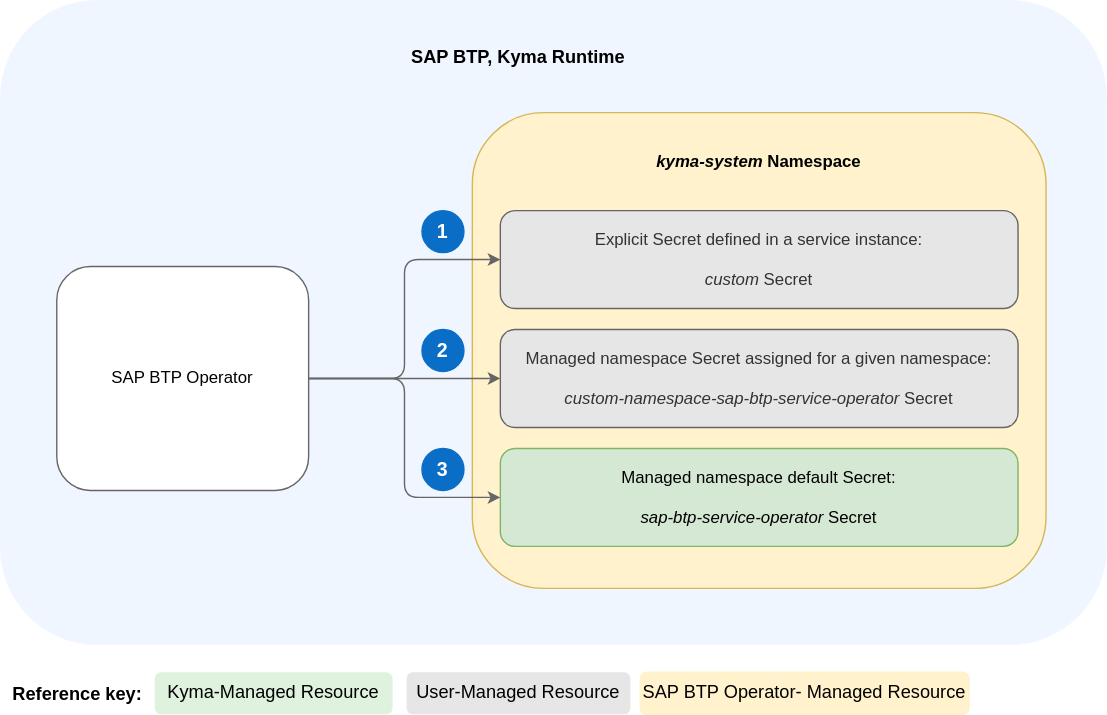
The draw.io diagram docs/assets/secrets_precedence_4.drawio.svg in kyma-project/btp-manager, before a commit. Source tidied: cells renumbered, new cells last; positions are measured from the earlier drawing's top-left corner, leaving out a move shared by most shapes. Its diagram source:
```xml
<mxGraphModel background="#ffffff">
  <root>
    <mxCell id="0" />
    <mxCell id="1" parent="0" />
    <mxCell id="2" style="rounded=1;whiteSpace=wrap;html=1;fillColor=#f0f6ff;strokeColor=#f0f6ff;" parent="1" vertex="1">
      <mxGeometry width="790" height="460" as="geometry" />
    </mxCell>
    <mxCell id="3" style="rounded=1;whiteSpace=wrap;html=1;fillColor=#fff2cc;strokeColor=#d6b656;" parent="1" vertex="1">
      <mxGeometry x="337" y="80" width="410" height="340" as="geometry" />
    </mxCell>
    <mxCell id="4" style="rounded=1;whiteSpace=wrap;html=1;strokeColor=#666666;fillColor=#e6e6e6;" parent="1" vertex="1">
      <mxGeometry x="357" y="150" width="370" height="70" as="geometry" />
    </mxCell>
    <mxCell id="5" style="rounded=1;whiteSpace=wrap;html=1;strokeColor=#82b366;fillColor=#d5e8d4;" parent="1" vertex="1">
      <mxGeometry x="357" y="320" width="370" height="70" as="geometry" />
    </mxCell>
    <mxCell id="6" style="rounded=1;whiteSpace=wrap;html=1;strokeColor=#666666;fillColor=#e6e6e6;" parent="1" vertex="1">
      <mxGeometry x="357" y="235" width="370" height="70" as="geometry" />
    </mxCell>
    <mxCell id="7" style="edgeStyle=orthogonalEdgeStyle;rounded=1;jettySize=auto;html=1;entryX=0;entryY=0.5;entryDx=0;entryDy=0;strokeColor=#666666;curved=0;" parent="1" edge="1" source="10" target="4">
      <mxGeometry relative="1" as="geometry" />
    </mxCell>
    <mxCell id="8" style="edgeStyle=orthogonalEdgeStyle;rounded=1;jettySize=auto;html=1;entryX=0;entryY=0.5;entryDx=0;entryDy=0;strokeColor=#666666;curved=0;" parent="1" edge="1" source="10" target="6">
      <mxGeometry relative="1" as="geometry" />
    </mxCell>
    <mxCell id="9" style="edgeStyle=orthogonalEdgeStyle;rounded=1;jettySize=auto;html=1;entryX=0;entryY=0.5;entryDx=0;entryDy=0;strokeColor=#666666;curved=0;" parent="1" edge="1" source="10" target="5">
      <mxGeometry relative="1" as="geometry" />
    </mxCell>
    <mxCell id="10" style="rounded=1;whiteSpace=wrap;html=1;strokeColor=#666666;" parent="1" vertex="1">
      <mxGeometry x="40" y="190" width="180" height="160" as="geometry" />
    </mxCell>
    <mxCell id="11" value="&lt;font style=&quot;font-size: 12px;&quot;&gt;SAP BTP Operator&lt;/font&gt;" style="text;html=1;align=center;verticalAlign=middle;whiteSpace=wrap;rounded=0;" parent="1" vertex="1">
      <mxGeometry x="70" y="252.5" width="120" height="35" as="geometry" />
    </mxCell>
    <mxCell id="12" value="&lt;font color=&quot;#ffffff&quot; size=&quot;1&quot;&gt;&lt;b style=&quot;font-size: 14px;&quot;&gt;1&lt;/b&gt;&lt;/font&gt;" style="ellipse;whiteSpace=wrap;html=1;fontSize=12;fillColor=#0a6ec7;strokeColor=#0a6ec7;" parent="1" vertex="1">
      <mxGeometry x="301" y="150" width="30" height="30" as="geometry" />
    </mxCell>
    <mxCell id="13" value="&lt;font color=&quot;#ffffff&quot; size=&quot;1&quot;&gt;&lt;b style=&quot;font-size: 14px;&quot;&gt;2&lt;/b&gt;&lt;/font&gt;" style="ellipse;whiteSpace=wrap;html=1;fontSize=12;fillColor=#0a6ec7;strokeColor=#0a6ec7;" parent="1" vertex="1">
      <mxGeometry x="301" y="235" width="30" height="30" as="geometry" />
    </mxCell>
    <mxCell id="14" value="&lt;font color=&quot;#ffffff&quot; size=&quot;1&quot;&gt;&lt;b style=&quot;font-size: 14px;&quot;&gt;3&lt;/b&gt;&lt;/font&gt;" style="ellipse;whiteSpace=wrap;html=1;fontSize=12;fillColor=#0a6ec7;strokeColor=#0a6ec7;" parent="1" vertex="1">
      <mxGeometry x="301" y="320" width="30" height="30" as="geometry" />
    </mxCell>
    <mxCell id="15" value="Explicit Secret defined in a service instance:&lt;div&gt;&lt;br&gt;&lt;/div&gt;&lt;div&gt;&lt;div&gt;&lt;i&gt;custom&lt;/i&gt;&amp;nbsp;Secret&amp;nbsp;&lt;/div&gt;&lt;/div&gt;" style="text;html=1;align=center;verticalAlign=middle;whiteSpace=wrap;rounded=0;fillColor=#e6e6e6;fontColor=#333333;strokeColor=#e6e6e6;" parent="1" vertex="1">
      <mxGeometry x="422" y="160.6" width="240" height="48.8" as="geometry" />
    </mxCell>
    <mxCell id="16" value="&lt;div&gt;Managed namespace Secret assigned for a given namespace:&lt;br&gt;&lt;/div&gt;&lt;div&gt;&lt;br&gt;&lt;/div&gt;&lt;div&gt;&lt;div&gt;&lt;i&gt;custom-namespace-sap-btp-service-operator&lt;/i&gt;&amp;nbsp;Secret&amp;nbsp;&lt;/div&gt;&lt;/div&gt;" style="text;html=1;align=center;verticalAlign=middle;whiteSpace=wrap;rounded=0;fillColor=#e6e6e6;fontColor=#333333;strokeColor=#e6e6e6;" parent="1" vertex="1">
      <mxGeometry x="362" y="237.5" width="360" height="65" as="geometry" />
    </mxCell>
    <mxCell id="17" value="&lt;div&gt;Managed namespace default Secret:&lt;br&gt;&lt;/div&gt;&lt;div&gt;&lt;br&gt;&lt;/div&gt;&lt;div&gt;&lt;i&gt;sap-btp-service-operator&lt;/i&gt;&amp;nbsp;Secret&amp;nbsp;&lt;/div&gt;" style="text;html=1;align=center;verticalAlign=middle;whiteSpace=wrap;rounded=0;" parent="1" vertex="1">
      <mxGeometry x="422" y="329.4" width="240" height="51.2" as="geometry" />
    </mxCell>
    <mxCell id="18" value="&lt;b&gt;&lt;font style=&quot;font-size: 13px;&quot;&gt;SAP BTP, Kyma Runtime&lt;/font&gt;&lt;/b&gt;" style="text;html=1;align=center;verticalAlign=middle;whiteSpace=wrap;rounded=0;" parent="1" vertex="1">
      <mxGeometry x="245" y="20" width="250" height="40" as="geometry" />
    </mxCell>
    <mxCell id="19" value="&lt;b&gt;&lt;i&gt;kyma-system&lt;/i&gt; Namespace&lt;/b&gt;" style="text;html=1;align=center;verticalAlign=middle;whiteSpace=wrap;rounded=0;" parent="1" vertex="1">
      <mxGeometry x="457" y="100" width="169.8" height="30" as="geometry" />
    </mxCell>
    <mxCell id="20" value="&lt;b&gt;&lt;font style=&quot;font-size: 13px;&quot;&gt;Reference key:&amp;nbsp;&lt;/font&gt;&lt;/b&gt;" style="text;html=1;align=center;verticalAlign=middle;whiteSpace=wrap;rounded=0;" parent="1" vertex="1">
      <mxGeometry y="480" width="110" height="30" as="geometry" />
    </mxCell>
    <mxCell id="21" value="&lt;span style=&quot;color: rgb(0, 0, 0); font-family: Helvetica; font-size: 13px; font-style: normal; font-variant-ligatures: normal; font-variant-caps: normal; font-weight: 400; letter-spacing: normal; orphans: 2; text-indent: 0px; text-transform: none; widows: 2; word-spacing: 0px; -webkit-text-stroke-width: 0px; text-decoration-thickness: initial; text-decoration-style: initial; text-decoration-color: initial; float: none; display: inline !important;&quot;&gt;Kyma-Managed Resource&lt;/span&gt;" style="text;whiteSpace=wrap;html=1;strokeColor=none;rounded=1;fillColor=#def2dd;align=center;" parent="1" vertex="1">
      <mxGeometry x="110" y="480" width="170" height="30" as="geometry" />
    </mxCell>
    <mxCell id="22" value="&lt;span style=&quot;color: rgb(0, 0, 0); font-family: Helvetica; font-size: 13px; font-style: normal; font-variant-ligatures: normal; font-variant-caps: normal; font-weight: 400; letter-spacing: normal; orphans: 2; text-indent: 0px; text-transform: none; widows: 2; word-spacing: 0px; -webkit-text-stroke-width: 0px; text-decoration-thickness: initial; text-decoration-style: initial; text-decoration-color: initial; float: none; display: inline !important;&quot;&gt;User-Managed Resource&lt;/span&gt;" style="text;whiteSpace=wrap;html=1;strokeColor=none;rounded=1;fillColor=#e6e6e6;align=center;" parent="1" vertex="1">
      <mxGeometry x="290" y="480" width="160" height="30" as="geometry" />
    </mxCell>
    <mxCell id="23" value="&lt;span style=&quot;font-size: 13px;&quot;&gt;SAP BTP Operator-&lt;/span&gt;&lt;span style=&quot;font-size: 13px;&quot;&gt;Managed&amp;nbsp;&lt;/span&gt;&lt;span style=&quot;font-size: 13px;&quot;&gt;Resource&lt;/span&gt;" style="text;whiteSpace=wrap;html=1;strokeColor=#fff2cc;rounded=1;fillColor=#fff2cc;align=center;" parent="1" vertex="1">
      <mxGeometry x="457" y="480" width="235" height="30" as="geometry" />
    </mxCell>
  </root>
</mxGraphModel>
```
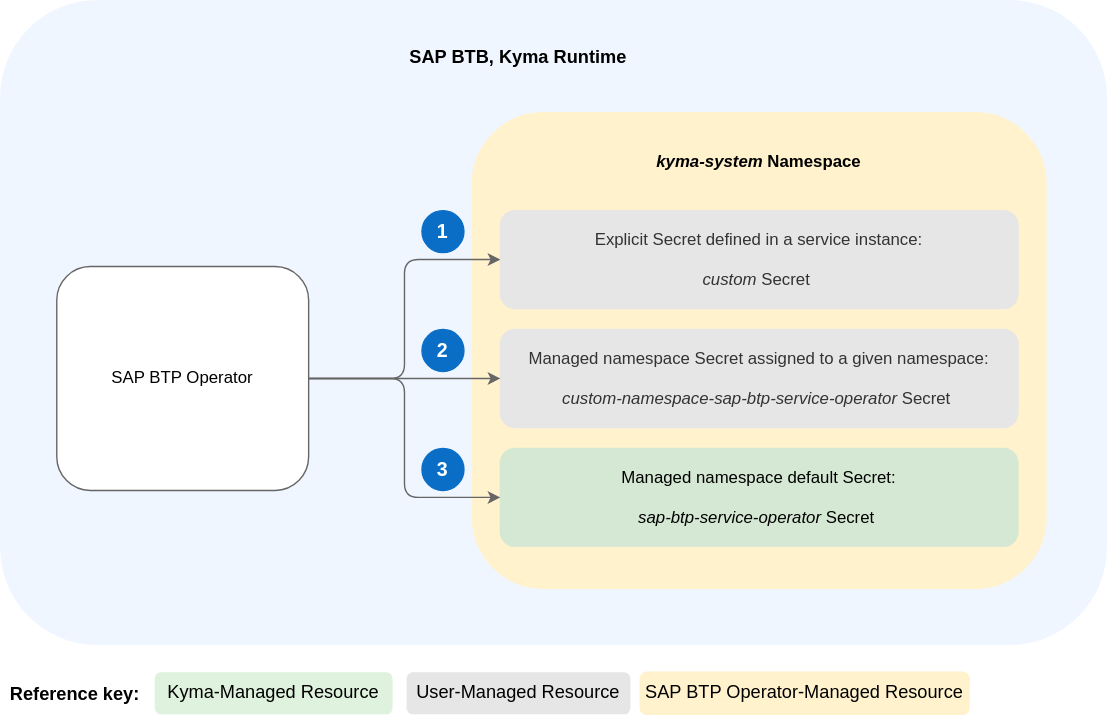
The same file after the commit.

Change to the diagram source:
```diff
@@ -5,16 +5,16 @@
     <mxCell id="2" style="rounded=1;whiteSpace=wrap;html=1;fillColor=#f0f6ff;strokeColor=#f0f6ff;" parent="1" vertex="1">
       <mxGeometry width="790" height="460" as="geometry" />
     </mxCell>
-    <mxCell id="3" style="rounded=1;whiteSpace=wrap;html=1;fillColor=#fff2cc;strokeColor=#d6b656;" parent="1" vertex="1">
+    <mxCell id="3" style="rounded=1;whiteSpace=wrap;html=1;fillColor=#fff2cc;strokeColor=#fff2cc;" parent="1" vertex="1">
       <mxGeometry x="337" y="80" width="410" height="340" as="geometry" />
     </mxCell>
-    <mxCell id="4" style="rounded=1;whiteSpace=wrap;html=1;strokeColor=#666666;fillColor=#e6e6e6;" parent="1" vertex="1">
+    <mxCell id="4" style="rounded=1;whiteSpace=wrap;html=1;strokeColor=#e6e6e6;fillColor=#e6e6e6;" parent="1" vertex="1">
       <mxGeometry x="357" y="150" width="370" height="70" as="geometry" />
     </mxCell>
-    <mxCell id="5" style="rounded=1;whiteSpace=wrap;html=1;strokeColor=#82b366;fillColor=#d5e8d4;" parent="1" vertex="1">
+    <mxCell id="5" style="rounded=1;whiteSpace=wrap;html=1;strokeColor=#d5e8d4;fillColor=#d5e8d4;" parent="1" vertex="1">
       <mxGeometry x="357" y="320" width="370" height="70" as="geometry" />
     </mxCell>
-    <mxCell id="6" style="rounded=1;whiteSpace=wrap;html=1;strokeColor=#666666;fillColor=#e6e6e6;" parent="1" vertex="1">
+    <mxCell id="6" style="rounded=1;whiteSpace=wrap;html=1;strokeColor=#e6e6e6;fillColor=#e6e6e6;" parent="1" vertex="1">
       <mxGeometry x="357" y="235" width="370" height="70" as="geometry" />
     </mxCell>
     <mxCell id="7" style="edgeStyle=orthogonalEdgeStyle;rounded=1;jettySize=auto;html=1;entryX=0;entryY=0.5;entryDx=0;entryDy=0;strokeColor=#666666;curved=0;" parent="1" edge="1" source="10" target="4">
@@ -44,13 +44,13 @@
     <mxCell id="15" value="Explicit Secret defined in a service instance:&lt;div&gt;&lt;br&gt;&lt;/div&gt;&lt;div&gt;&lt;div&gt;&lt;i&gt;custom&lt;/i&gt;&amp;nbsp;Secret&amp;nbsp;&lt;/div&gt;&lt;/div&gt;" style="text;html=1;align=center;verticalAlign=middle;whiteSpace=wrap;rounded=0;fillColor=#e6e6e6;fontColor=#333333;strokeColor=#e6e6e6;" parent="1" vertex="1">
       <mxGeometry x="422" y="160.6" width="240" height="48.8" as="geometry" />
     </mxCell>
-    <mxCell id="16" value="&lt;div&gt;Managed namespace Secret assigned for a given namespace:&lt;br&gt;&lt;/div&gt;&lt;div&gt;&lt;br&gt;&lt;/div&gt;&lt;div&gt;&lt;div&gt;&lt;i&gt;custom-namespace-sap-btp-service-operator&lt;/i&gt;&amp;nbsp;Secret&amp;nbsp;&lt;/div&gt;&lt;/div&gt;" style="text;html=1;align=center;verticalAlign=middle;whiteSpace=wrap;rounded=0;fillColor=#e6e6e6;fontColor=#333333;strokeColor=#e6e6e6;" parent="1" vertex="1">
+    <mxCell id="16" value="&lt;div&gt;Managed namespace Secret assigned to a given namespace:&lt;br&gt;&lt;/div&gt;&lt;div&gt;&lt;br&gt;&lt;/div&gt;&lt;div&gt;&lt;div&gt;&lt;i&gt;custom-namespace-sap-btp-service-operator&lt;/i&gt;&amp;nbsp;Secret&amp;nbsp;&lt;/div&gt;&lt;/div&gt;" style="text;html=1;align=center;verticalAlign=middle;whiteSpace=wrap;rounded=0;fillColor=#e6e6e6;fontColor=#333333;strokeColor=#e6e6e6;" parent="1" vertex="1">
       <mxGeometry x="362" y="237.5" width="360" height="65" as="geometry" />
     </mxCell>
     <mxCell id="17" value="&lt;div&gt;Managed namespace default Secret:&lt;br&gt;&lt;/div&gt;&lt;div&gt;&lt;br&gt;&lt;/div&gt;&lt;div&gt;&lt;i&gt;sap-btp-service-operator&lt;/i&gt;&amp;nbsp;Secret&amp;nbsp;&lt;/div&gt;" style="text;html=1;align=center;verticalAlign=middle;whiteSpace=wrap;rounded=0;" parent="1" vertex="1">
       <mxGeometry x="422" y="329.4" width="240" height="51.2" as="geometry" />
     </mxCell>
-    <mxCell id="18" value="&lt;b&gt;&lt;font style=&quot;font-size: 13px;&quot;&gt;SAP BTP, Kyma Runtime&lt;/font&gt;&lt;/b&gt;" style="text;html=1;align=center;verticalAlign=middle;whiteSpace=wrap;rounded=0;" parent="1" vertex="1">
+    <mxCell id="18" value="&lt;b&gt;&lt;font style=&quot;font-size: 13px;&quot;&gt;SAP BTB, Kyma Runtime&lt;/font&gt;&lt;/b&gt;" style="text;html=1;align=center;verticalAlign=middle;whiteSpace=wrap;rounded=0;" parent="1" vertex="1">
       <mxGeometry x="245" y="20" width="250" height="40" as="geometry" />
     </mxCell>
     <mxCell id="19" value="&lt;b&gt;&lt;i&gt;kyma-system&lt;/i&gt; Namespace&lt;/b&gt;" style="text;html=1;align=center;verticalAlign=middle;whiteSpace=wrap;rounded=0;" parent="1" vertex="1">
```
